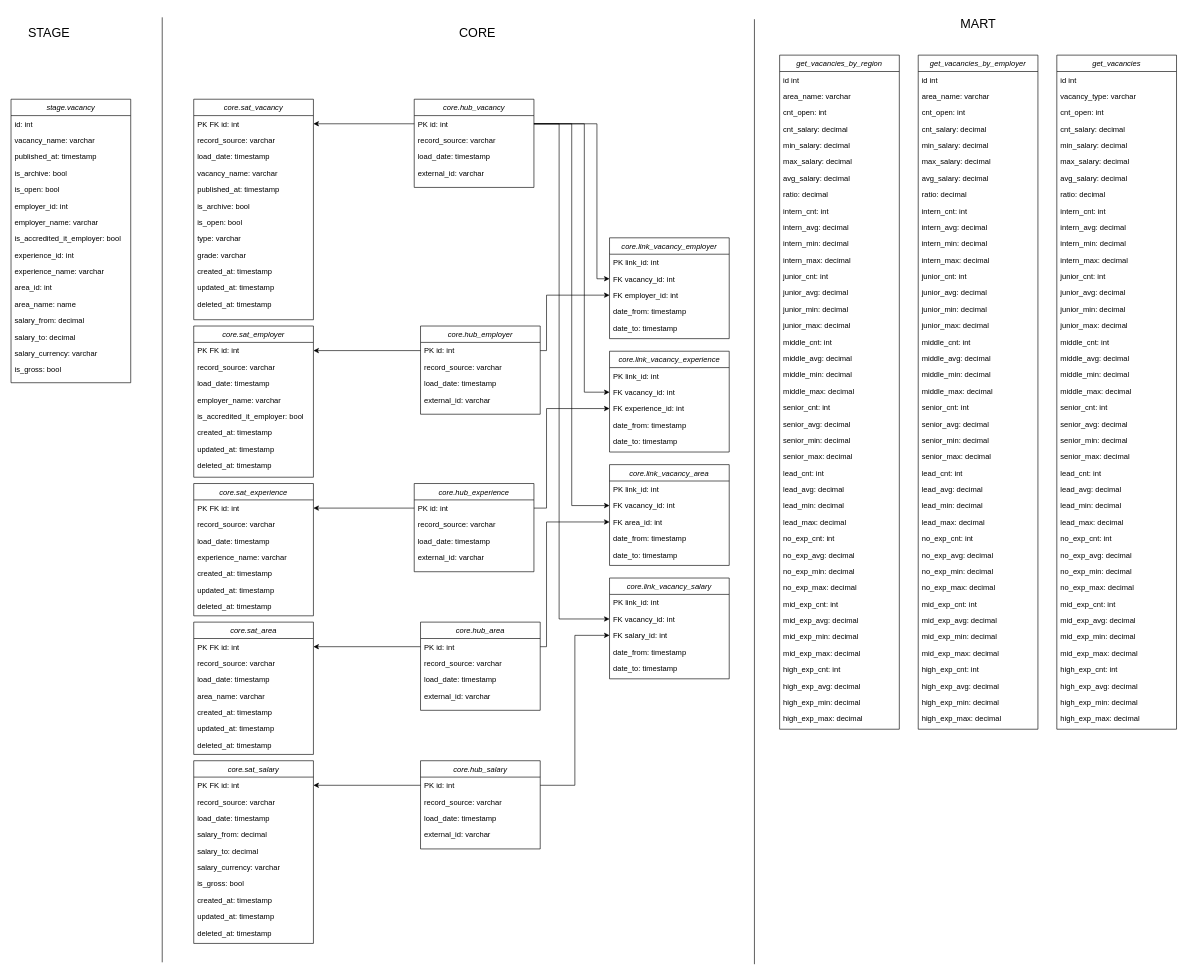
This is docs/vacancy_er.drawio from allnorth/hh-analysis, a draw.io file, before an edit. Source tidied: cells renumbered, new cells numbered last; positions are measured from the earlier drawing's top-left corner, leaving out a move shared by most shapes. Both pictures are drawn from the tidied source at 63%, with x=0, y=0 at pixel (11, 11).
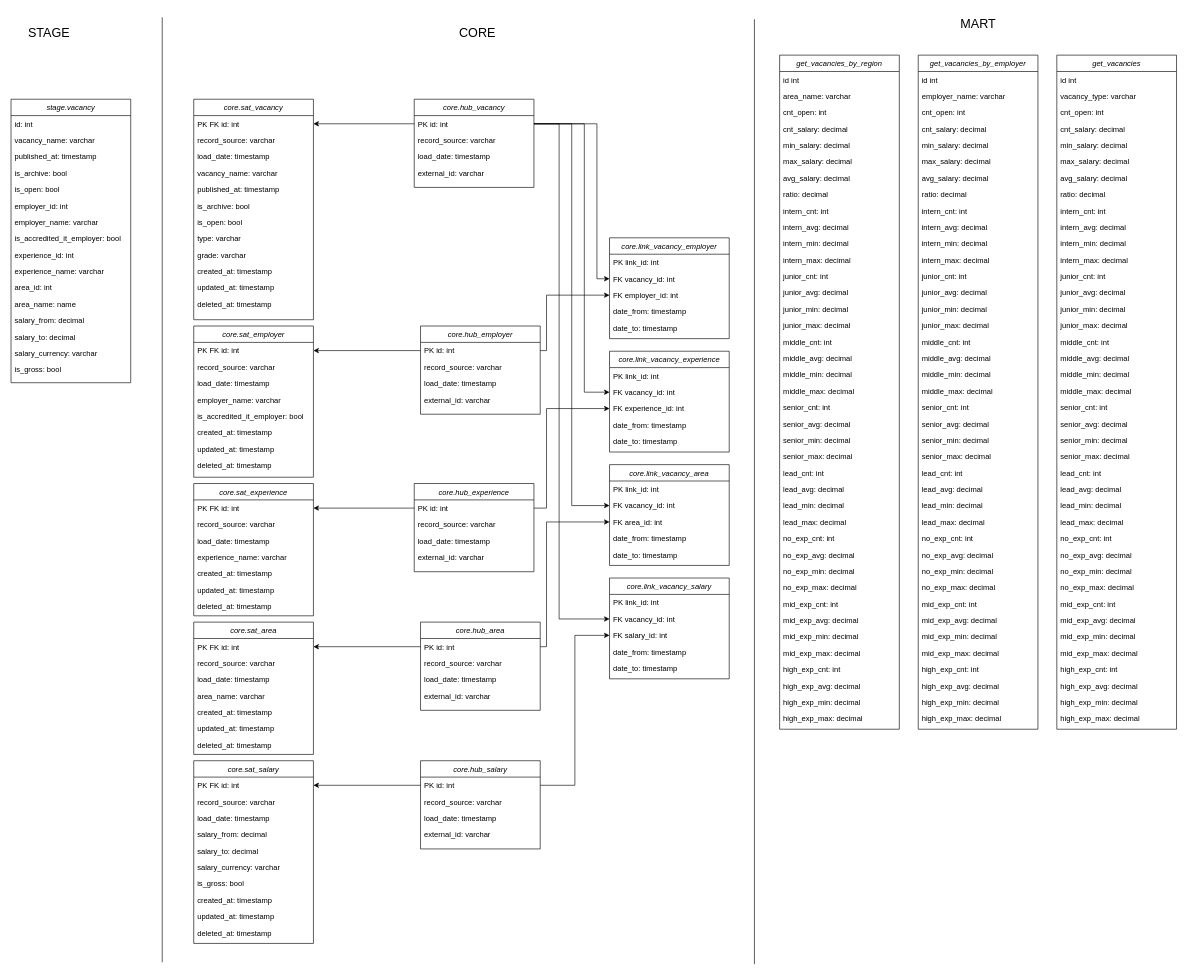
The same diagram, later.

The change refers to these unchanged cells:
```xml
<mxCell id="176" value="get_vacancies_by_employer" style="swimlane;fontStyle=2;align=center;verticalAlign=top;horizontal=1;startSize=26;rounded=0;shadow=0;strokeWidth=1;" parent="1" vertex="1">
  <mxGeometry x="1440" y="70" width="190" height="1070" as="geometry" />
</mxCell>
```

What changed in the source:
```diff
@@
-    <mxCell id="178" value="area_name: varchar" style="text;align=left;verticalAlign=top;spacingLeft=4;spacingRight=4;overflow=hidden;rounded=0;shadow=0;html=0;" parent="176" vertex="1">
+    <mxCell id="178" value="employer_name: varchar" style="text;align=left;verticalAlign=top;spacingLeft=4;spacingRight=4;overflow=hidden;rounded=0;shadow=0;html=0;" parent="176" vertex="1">
       <mxGeometry y="52" width="190" height="26" as="geometry" />
     </mxCell>
```
